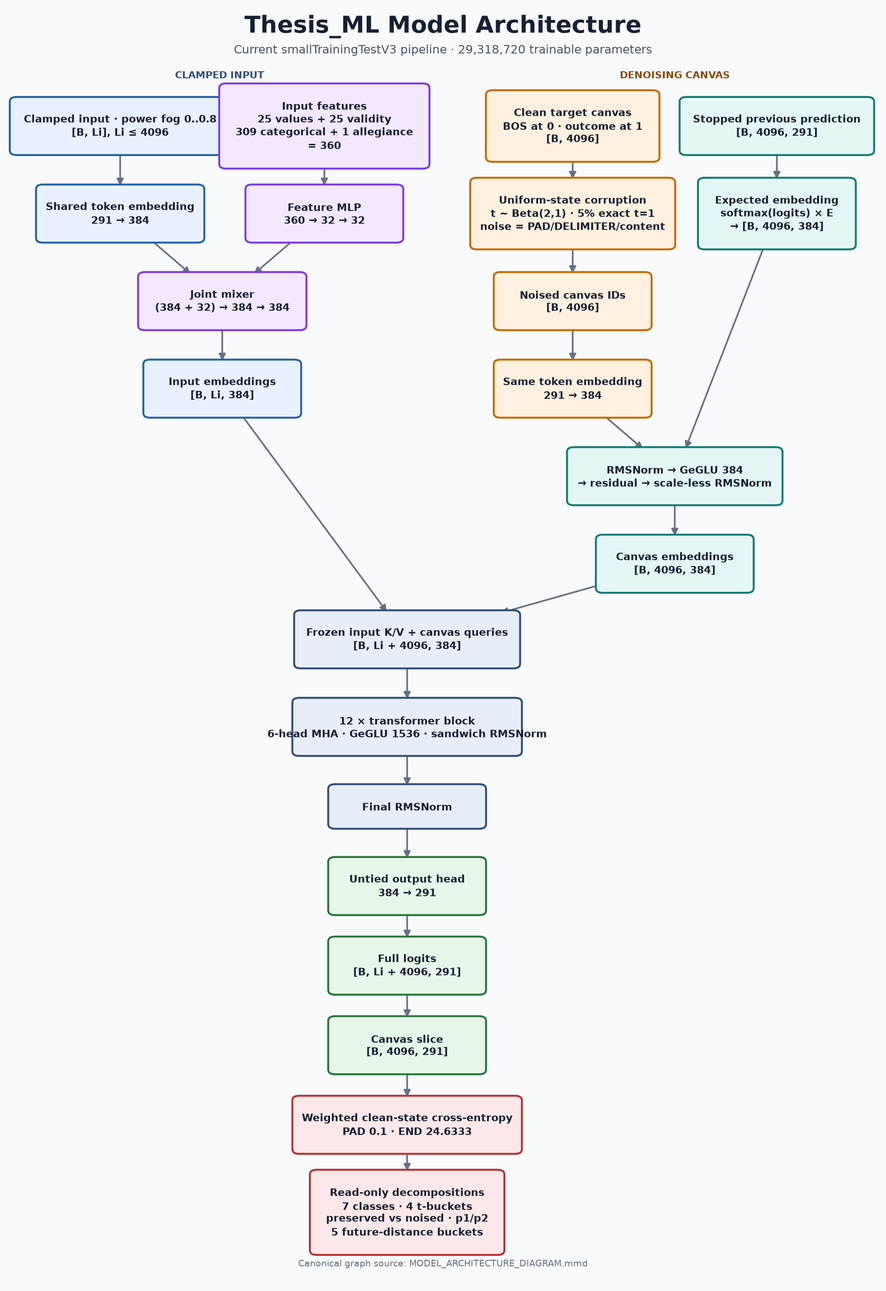
mataeo-eh/Thesis_ML keeps this Mermaid diagram as Model_Architecture/MODEL_ARCHITECTURE_DIAGRAM.png. Above is the earlier version. Its source is kept beside it as Model_Architecture/MODEL_ARCHITECTURE_DIAGRAM.mmd.
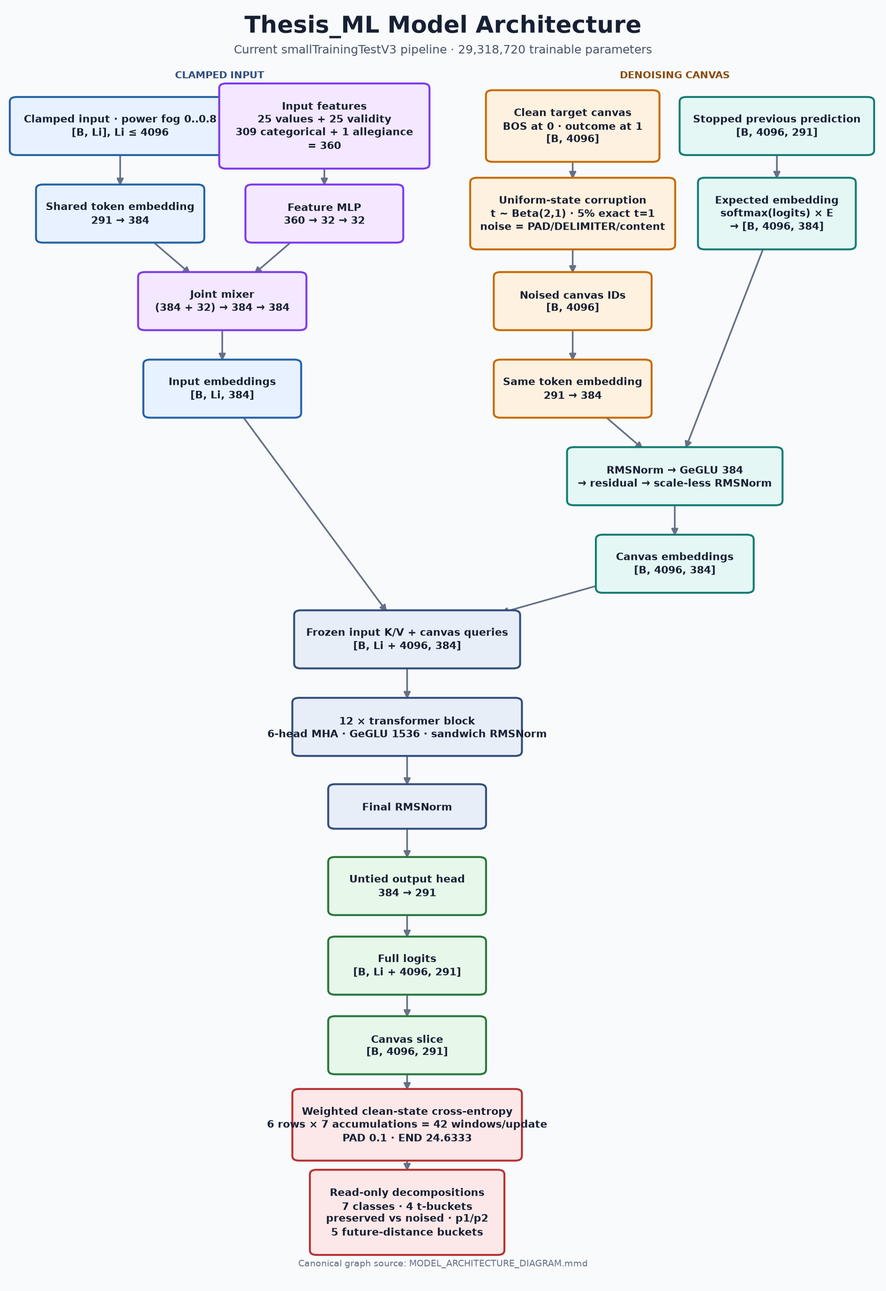
The same file after the commit.

What changed in the source:
```diff
@@ -22,5 +22,5 @@
     FN --> OH["Untied output head<br/>384 → 291"]
     OH --> FULL["Full logits<br/>[B, Li + 4096, 291]"]
     FULL --> SLICE["Canvas slice<br/>[B, 4096, 291]"]
-    SLICE --> LOSS["Weighted clean-state cross-entropy<br/>PAD 0.1 · END 24.6333"]
+    SLICE --> LOSS["Weighted clean-state cross-entropy<br/>6 rows × 7 accumulations = 42 windows/update<br/>PAD 0.1 · END 24.6333"]
     LOSS --> DEC["Read-only decompositions<br/>7 classes · 4 t-buckets<br/>preserved vs noised · p1/p2<br/>5 future-distance buckets"]
```
